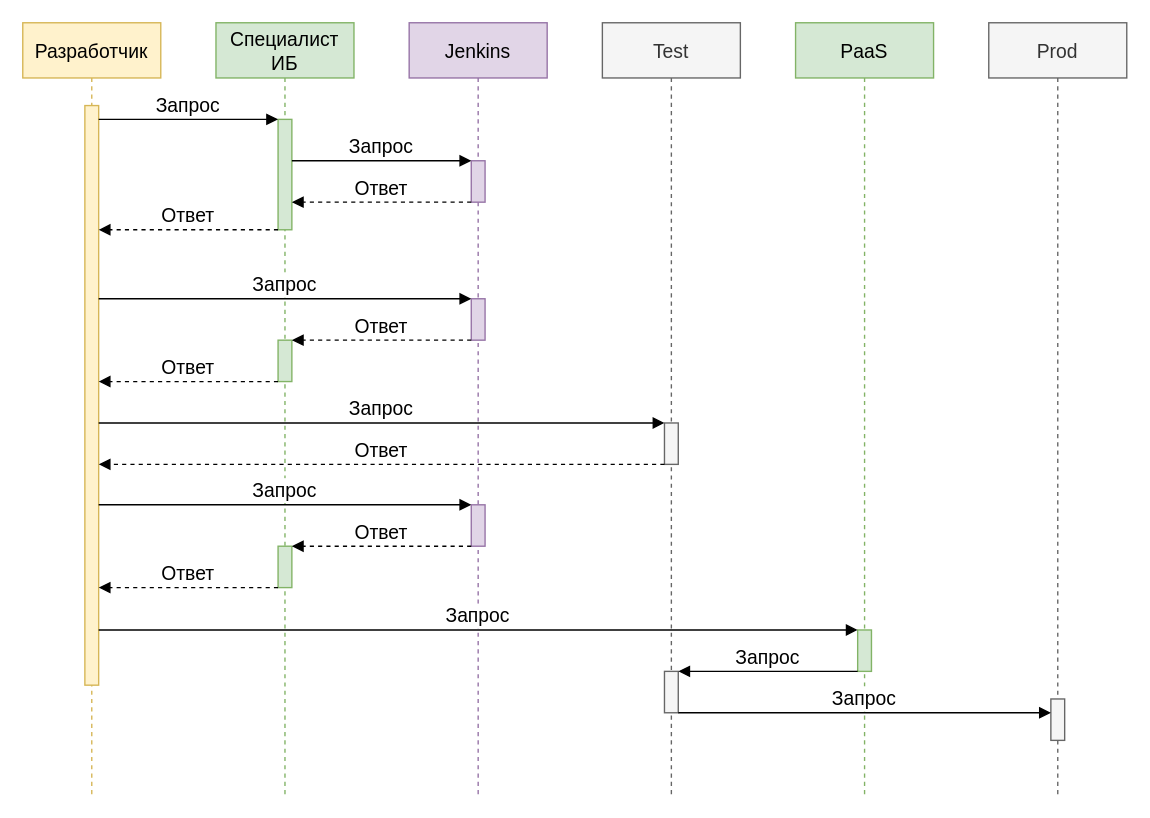
Before: Untitled Diagram.drawio in GoluzinaD/Python, a draw.io diagram. Source tidied: cells renumbered, new cells numbered last; positions are measured from the earlier drawing's top-left corner, leaving out a move shared by most shapes. Both pictures are drawn from the tidied source at 138%, with x=0, y=0 at pixel (22, 22).
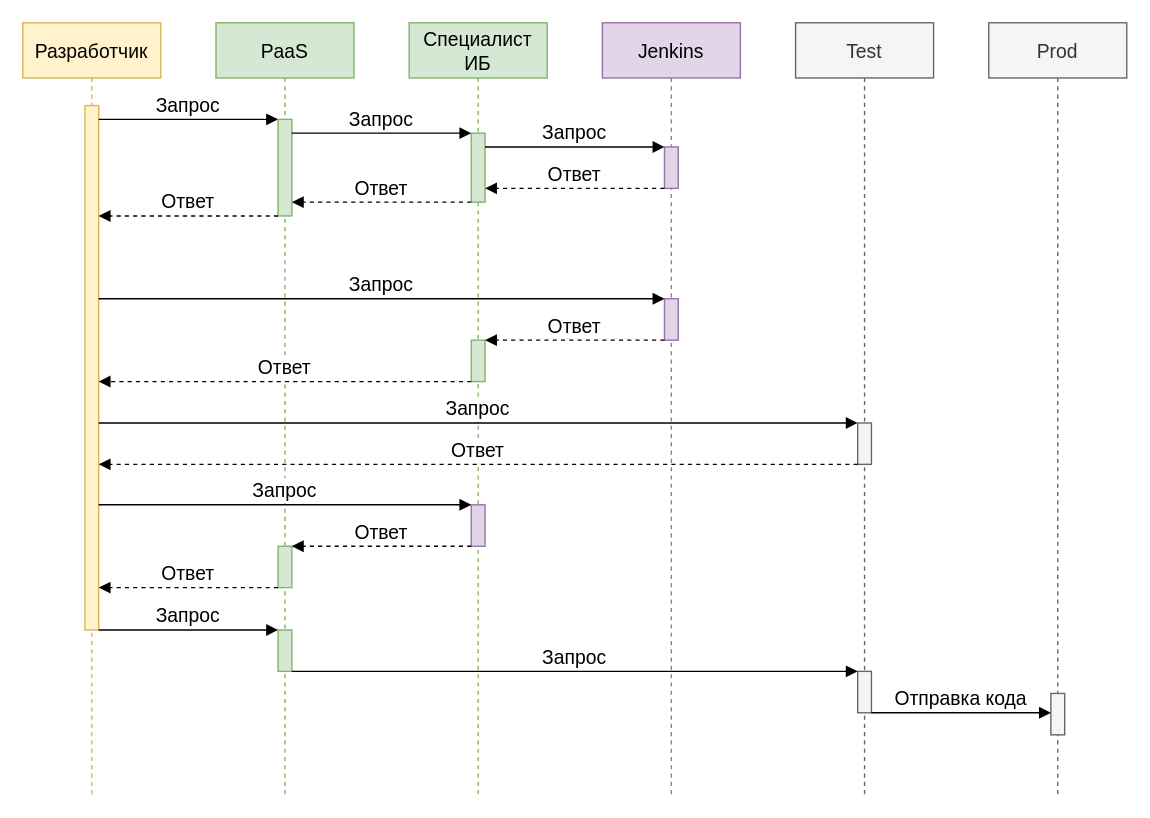
The same page after the edit.

The change refers to these unchanged cells:
```xml
<mxCell id="2" value="Разработчик" style="shape=umlLifeline;perimeter=lifelinePerimeter;shadow=0;strokeWidth=1;fillColor=#fff2cc;strokeColor=#d6b656;fontStyle=0;fontSize=14;" parent="1" vertex="1">
  <mxGeometry width="100" height="560" as="geometry" />
</mxCell>
<mxCell id="9" style="points=[];perimeter=orthogonalPerimeter;shadow=0;strokeWidth=1;fillColor=#f5f5f5;strokeColor=#666666;fontColor=#333333;fontStyle=0;fontSize=14;" parent="7" vertex="1">
  <mxGeometry x="45" y="470" width="10" height="30" as="geometry" />
</mxCell>
<mxCell id="29" value="Prod" style="shape=umlLifeline;perimeter=lifelinePerimeter;shadow=0;strokeWidth=1;fillColor=#f5f5f5;strokeColor=#666666;fontColor=#333333;fontStyle=0;fontSize=14;" parent="1" vertex="1">
  <mxGeometry x="700" width="100" height="560" as="geometry" />
</mxCell>
```

Diff of the diagram source:
```diff
@@
     <mxCell id="3" style="points=[];perimeter=orthogonalPerimeter;shadow=0;strokeWidth=1;fillColor=#fff2cc;strokeColor=#d6b656;fontStyle=0;fontSize=14;" parent="2" vertex="1">
-      <mxGeometry x="45" y="60" width="10" height="420" as="geometry" />
+      <mxGeometry x="45" y="60" width="10" height="380" as="geometry" />
     </mxCell>
     <mxCell id="4" value="Специалист&#10;ИБ" style="shape=umlLifeline;perimeter=lifelinePerimeter;shadow=0;strokeWidth=1;fillColor=#d5e8d4;strokeColor=#82b366;fontStyle=0;fontSize=14;" parent="1" vertex="1">
-      <mxGeometry x="140" width="100" height="560" as="geometry" />
+      <mxGeometry x="280" width="100" height="560" as="geometry" />
     </mxCell>
     <mxCell id="5" style="points=[];perimeter=orthogonalPerimeter;shadow=0;strokeWidth=1;fillColor=#d5e8d4;strokeColor=#82b366;fontStyle=0;fontSize=14;" parent="4" vertex="1">
-      <mxGeometry x="45" y="70" width="10" height="80" as="geometry" />
+      <mxGeometry x="45" y="80" width="10" height="50" as="geometry" />
     </mxCell>
+    <mxCell id="19" style="points=[];perimeter=orthogonalPerimeter;shadow=0;strokeWidth=1;fillColor=#d5e8d4;strokeColor=#82b366;fontStyle=0;fontSize=14;" parent="4" vertex="1">
+      <mxGeometry x="45" y="230" width="10" height="30" as="geometry" />
+    </mxCell>
-    <mxCell id="6" value="Запрос" style="verticalAlign=bottom;endArrow=block;entryX=0;entryY=0;shadow=0;strokeWidth=1;labelBackgroundColor=#FFFFFF;labelBorderColor=none;fontStyle=0;fontSize=14;" parent="1" edge="1" source="3" target="5">
-      <mxGeometry relative="1" as="geometry" />
+    <mxCell id="6" value="Запрос" style="verticalAlign=bottom;endArrow=block;shadow=0;strokeWidth=1;labelBackgroundColor=#FFFFFF;labelBorderColor=none;fontStyle=0;fontSize=14;" parent="1" edge="1" source="3" target="34">
+      <mxGeometry relative="1" as="geometry">
+        <Array as="points">
+          <mxPoint x="80" y="70" />
+        </Array>
+      </mxGeometry>
     </mxCell>
     <mxCell id="7" value="Test" style="shape=umlLifeline;perimeter=lifelinePerimeter;shadow=0;strokeWidth=1;fillColor=#f5f5f5;strokeColor=#666666;fontColor=#333333;fontStyle=0;fontSize=14;" parent="1" vertex="1">
-      <mxGeometry x="420" width="100" height="560" as="geometry" />
+      <mxGeometry x="560" width="100" height="560" as="geometry" />
     </mxCell>
@@
     <mxCell id="10" value="Jenkins" style="shape=umlLifeline;perimeter=lifelinePerimeter;shadow=0;strokeWidth=1;fillColor=#e1d5e7;strokeColor=#9673a6;fontStyle=0;fontSize=14;" parent="1" vertex="1">
-      <mxGeometry x="280" width="100" height="560" as="geometry" />
+      <mxGeometry x="420" width="100" height="560" as="geometry" />
     </mxCell>
     <mxCell id="11" style="points=[];perimeter=orthogonalPerimeter;shadow=0;strokeWidth=1;fillColor=#e1d5e7;strokeColor=#9673a6;fontStyle=0;fontSize=14;" parent="10" vertex="1">
-      <mxGeometry x="45" y="100" width="10" height="30" as="geometry" />
+      <mxGeometry x="45" y="90" width="10" height="30" as="geometry" />
     </mxCell>
@@
     <mxCell id="13" value="PaaS" style="shape=umlLifeline;perimeter=lifelinePerimeter;shadow=0;strokeWidth=1;fillColor=#d5e8d4;strokeColor=#82b366;fontStyle=0;fontSize=14;" parent="1" vertex="1">
-      <mxGeometry x="560" width="100" height="560" as="geometry" />
+      <mxGeometry x="140" width="100" height="560" as="geometry" />
     </mxCell>
@@
-    <mxCell id="15" value="Запрос" style="verticalAlign=bottom;endArrow=block;shadow=0;strokeWidth=1;labelBackgroundColor=#FFFFFF;labelBorderColor=none;fontStyle=0;fontSize=14;" parent="1" edge="1" source="5" target="11">
-      <mxGeometry relative="1" as="geometry">
-        <Array as="points">
-          <mxPoint x="230" y="100" />
-        </Array>
-      </mxGeometry>
-    </mxCell>
+    <mxCell id="34" style="points=[];perimeter=orthogonalPerimeter;shadow=0;strokeWidth=1;fillColor=#d5e8d4;strokeColor=#82b366;fontStyle=0;fontSize=14;" parent="13" vertex="1">
+      <mxGeometry x="45" y="70" width="10" height="70" as="geometry" />
+    </mxCell>
     <mxCell id="16" value="Ответ" style="verticalAlign=bottom;endArrow=block;shadow=0;strokeWidth=1;labelBackgroundColor=#FFFFFF;labelBorderColor=none;dashed=1;fontStyle=0;fontSize=14;" parent="1" edge="1" source="11" target="5">
       <mxGeometry relative="1" as="geometry">
         <Array as="points">
-          <mxPoint x="230" y="130" />
+          <mxPoint x="380" y="120" />
         </Array>
       </mxGeometry>
     </mxCell>
-    <mxCell id="17" value="Ответ" style="verticalAlign=bottom;endArrow=block;shadow=0;strokeWidth=1;labelBackgroundColor=#FFFFFF;labelBorderColor=none;dashed=1;fontStyle=0;fontSize=14;" parent="1" edge="1" source="5" target="3">
+    <mxCell id="17" value="Ответ" style="verticalAlign=bottom;endArrow=block;shadow=0;strokeWidth=1;labelBackgroundColor=#FFFFFF;labelBorderColor=none;dashed=1;fontStyle=0;fontSize=14;" parent="1" edge="1" source="5" target="34">
       <mxGeometry relative="1" as="geometry">
         <Array as="points">
-          <mxPoint x="110" y="150" />
+          <mxPoint x="300" y="130" />
+          <mxPoint x="230" y="130" />
         </Array>
       </mxGeometry>
     </mxCell>
@@
-    <mxCell id="19" style="points=[];perimeter=orthogonalPerimeter;shadow=0;strokeWidth=1;fillColor=#d5e8d4;strokeColor=#82b366;fontStyle=0;fontSize=14;" parent="1" vertex="1">
-      <mxGeometry x="185" y="230" width="10" height="30" as="geometry" />
-    </mxCell>
-    <mxCell id="20" value="Ответ" style="verticalAlign=bottom;endArrow=block;shadow=0;strokeWidth=1;labelBackgroundColor=#FFFFFF;labelBorderColor=none;dashed=1;fontStyle=0;fontSize=14;" parent="1" edge="1" target="19">
+    <mxCell id="20" value="Ответ" style="verticalAlign=bottom;endArrow=block;shadow=0;strokeWidth=1;labelBackgroundColor=#FFFFFF;labelBorderColor=none;dashed=1;fontStyle=0;fontSize=14;" parent="1" edge="1">
       <mxGeometry relative="1" as="geometry">
-        <mxPoint x="325" y="230" as="sourcePoint" />
+        <mxPoint x="465" y="230" as="sourcePoint" />
+        <mxPoint x="335" y="230" as="targetPoint" />
         <Array as="points">
-          <mxPoint x="230" y="230" />
+          <mxPoint x="400" y="230" />
+          <mxPoint x="350" y="230" />
         </Array>
       </mxGeometry>
     </mxCell>
-    <mxCell id="21" value="Ответ" style="verticalAlign=bottom;endArrow=block;shadow=0;strokeWidth=1;labelBackgroundColor=#FFFFFF;labelBorderColor=none;dashed=1;fontStyle=0;fontSize=14;" parent="1" edge="1" target="3">
+    <mxCell id="21" value="Ответ" style="verticalAlign=bottom;endArrow=block;shadow=0;strokeWidth=1;labelBackgroundColor=#FFFFFF;labelBorderColor=none;dashed=1;fontStyle=0;fontSize=14;" parent="1" edge="1" source="19" target="3">
       <mxGeometry relative="1" as="geometry">
-        <mxPoint x="185" y="260" as="sourcePoint" />
         <Array as="points">
           <mxPoint x="90" y="260" />
         </Array>
       </mxGeometry>
     </mxCell>
@@
     <mxCell id="30" style="perimeter=orthogonalPerimeter;shadow=0;strokeWidth=1;fillColor=#f5f5f5;strokeColor=#666666;fontColor=#333333;fontStyle=0;fontSize=14;" parent="29" vertex="1">
-      <mxGeometry x="45" y="490" width="10" height="30" as="geometry" />
+      <mxGeometry x="45" y="486" width="10" height="30" as="geometry" />
     </mxCell>
@@
-    <mxCell id="33" value="Запрос" style="verticalAlign=bottom;endArrow=block;shadow=0;strokeWidth=1;labelBackgroundColor=#FFFFFF;labelBorderColor=none;fontStyle=0;fontSize=14;" parent="1" edge="1">
+    <mxCell id="33" value="Отправка кода" style="verticalAlign=bottom;endArrow=block;shadow=0;strokeWidth=1;labelBackgroundColor=#FFFFFF;labelBorderColor=none;fontStyle=0;fontSize=14;" parent="1" edge="1" source="9">
       <mxGeometry relative="1" as="geometry">
-        <mxPoint x="475" y="500" as="sourcePoint" />
         <mxPoint x="745" y="500" as="targetPoint" />
       </mxGeometry>
     </mxCell>
+    <mxCell id="15" value="Запрос" style="verticalAlign=bottom;endArrow=block;shadow=0;strokeWidth=1;labelBackgroundColor=#FFFFFF;labelBorderColor=none;fontStyle=0;fontSize=14;" parent="1" edge="1" source="34" target="5">
+      <mxGeometry relative="1" as="geometry">
+        <Array as="points">
+          <mxPoint x="250" y="80" />
+          <mxPoint x="270" y="80" />
+        </Array>
+      </mxGeometry>
+    </mxCell>
+    <mxCell id="35" value="Запрос" style="verticalAlign=bottom;endArrow=block;shadow=0;strokeWidth=1;labelBackgroundColor=#FFFFFF;labelBorderColor=none;fontStyle=0;fontSize=14;" parent="1" edge="1">
+      <mxGeometry relative="1" as="geometry">
+        <mxPoint x="335" y="90" as="sourcePoint" />
+        <mxPoint x="465" y="90" as="targetPoint" />
+        <Array as="points">
+          <mxPoint x="390" y="90" />
+          <mxPoint x="410" y="90" />
+        </Array>
+      </mxGeometry>
+    </mxCell>
+    <mxCell id="36" value="Ответ" style="verticalAlign=bottom;endArrow=block;shadow=0;strokeWidth=1;labelBackgroundColor=#FFFFFF;labelBorderColor=none;dashed=1;fontStyle=0;fontSize=14;" parent="1" edge="1" source="34" target="3">
+      <mxGeometry relative="1" as="geometry">
+        <Array as="points">
+          <mxPoint x="110" y="140" />
+          <mxPoint x="80" y="140" />
+        </Array>
+      </mxGeometry>
+    </mxCell>
```
